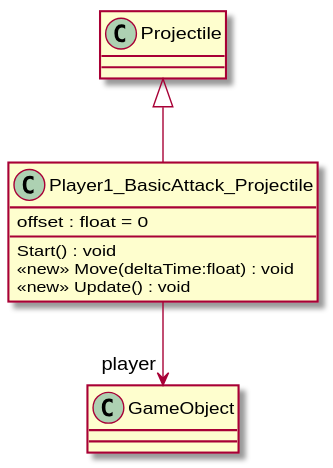
Above: UML/Weapons/Player1_BasicAttack_Projectile.svg in 2314577483/Vampire-Hunter (PlantUML), before the change.
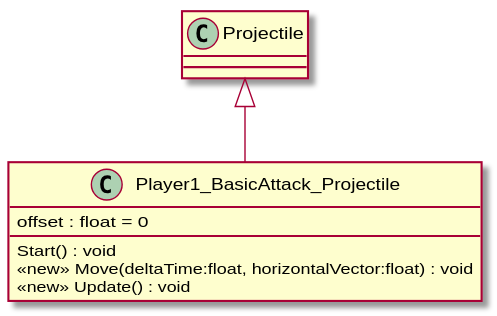
Later version of the same file.

Change to the diagram source:
```diff
@@ -2,9 +2,8 @@
 class Player1_BasicAttack_Projectile {
     offset : float = 0
     Start() : void
-    <<new>> Move(deltaTime:float) : void
+    <<new>> Move(deltaTime:float, horizontalVector:float) : void
     <<new>> Update() : void
 }
 Projectile <|-- Player1_BasicAttack_Projectile
-Player1_BasicAttack_Projectile --> "player" GameObject
 @enduml
```
